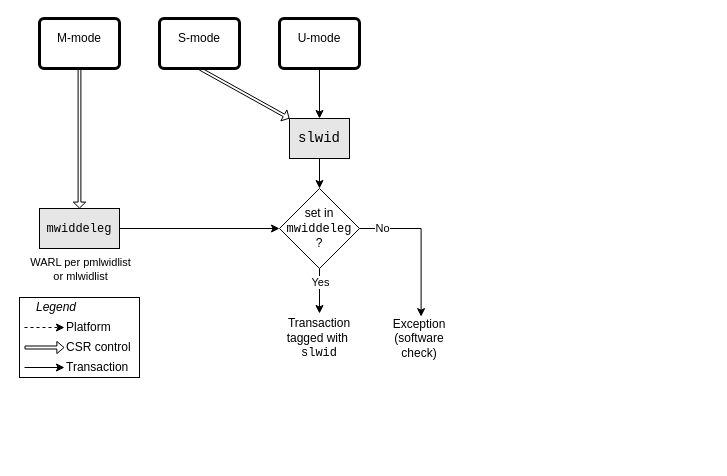
Earlier version of the draw.io diagram src/images/drawio/Smwdeleg_Sswid.drawio (riscv/riscv-worlds). Source tidied: cells renumbered, new cells numbered last; positions are measured from the earlier drawing's top-left corner, leaving out a move shared by most shapes. Both pictures are drawn from the tidied source at 100%, with x=0, y=0 at pixel (19, 18).
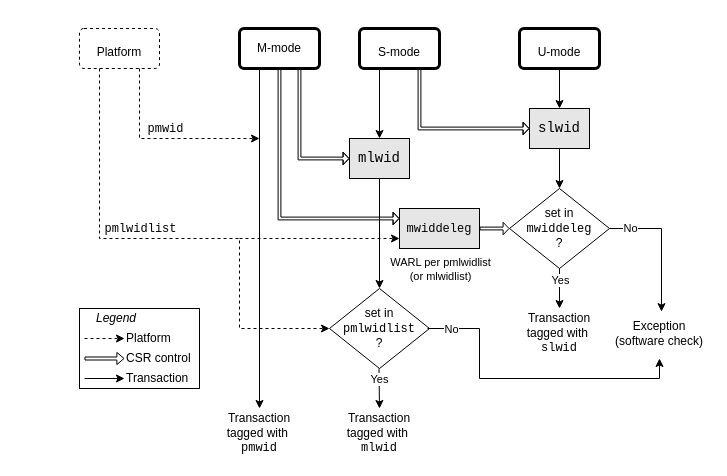
Above is the later version.

Diff of the diagram source:
```diff
@@
     <mxCell id="2" value="&lt;font style=&quot;font-size: 12px;&quot;&gt;Exception (software check)&lt;/font&gt;" style="text;html=1;whiteSpace=wrap;strokeColor=none;fillColor=default;align=center;verticalAlign=middle;rounded=0;" parent="1" vertex="1">
-      <mxGeometry x="360" y="295" width="80" height="50" as="geometry" />
+      <mxGeometry x="590" y="290" width="100" height="50" as="geometry" />
     </mxCell>
     <mxCell id="3" value="&lt;font face=&quot;Courier New&quot;&gt;&lt;font style=&quot;font-size: 14px;&quot;&gt;sl&lt;/font&gt;&lt;span style=&quot;font-size: 14px; background-color: transparent; color: light-dark(rgb(0, 0, 0), rgb(255, 255, 255));&quot;&gt;wid&lt;/span&gt;&lt;/font&gt;" style="rounded=0;whiteSpace=wrap;html=1;fillColor=#E6E6E6;" parent="1" vertex="1">
-      <mxGeometry x="270" y="100" width="60" height="40" as="geometry" />
+      <mxGeometry x="510" y="90" width="60" height="40" as="geometry" />
     </mxCell>
@@
-    <mxCell id="5" style="edgeStyle=orthogonalEdgeStyle;rounded=0;jettySize=auto;html=1;entryX=0;entryY=0.5;entryDx=0;entryDy=0;" parent="1" edge="1" source="6" target="7">
-      <mxGeometry relative="1" as="geometry" />
-    </mxCell>
     <mxCell id="6" value="&lt;font face=&quot;Courier New&quot; style=&quot;font-size: 12px;&quot;&gt;mwiddeleg&lt;/font&gt;" style="rounded=0;whiteSpace=wrap;html=1;fillColor=#E6E6E6;" parent="1" vertex="1">
-      <mxGeometry x="20" y="190" width="80" height="40" as="geometry" />
+      <mxGeometry x="380" y="190" width="80" height="40" as="geometry" />
     </mxCell>
     <mxCell id="7" value="&lt;font style=&quot;font-size: 12px;&quot;&gt;set in&lt;br&gt;&lt;font face=&quot;Courier New&quot; style=&quot;&quot;&gt;mwiddeleg&lt;br&gt;&lt;/font&gt;?&lt;/font&gt;" style="rhombus;whiteSpace=wrap;html=1;" parent="1" vertex="1">
-      <mxGeometry x="260" y="170" width="80" height="80" as="geometry" />
+      <mxGeometry x="490" y="170" width="100" height="80" as="geometry" />
     </mxCell>
@@
     <mxCell id="9" value="&lt;font style=&quot;font-size: 12px;&quot;&gt;Transaction tagged with&amp;nbsp; &lt;font face=&quot;Courier New&quot; style=&quot;&quot;&gt;slwid&lt;/font&gt;&lt;/font&gt;" style="text;html=1;whiteSpace=wrap;strokeColor=none;fillColor=default;align=center;verticalAlign=middle;rounded=0;" parent="1" vertex="1">
-      <mxGeometry x="260" y="295" width="80" height="50" as="geometry" />
+      <mxGeometry x="500" y="290" width="80" height="50" as="geometry" />
     </mxCell>
@@
     <mxCell id="12" style="group;" parent="1" vertex="1">
-      <mxGeometry y="279" width="125" height="80" as="geometry" />
+      <mxGeometry x="60" y="290" width="125" height="80" as="geometry" />
     </mxCell>
@@
     <mxCell id="21" value="&lt;font style=&quot;font-size: 12px;&quot;&gt;M-mode&lt;/font&gt;" style="html=1;overflow=block;blockSpacing=1;whiteSpace=wrap;fontSize=20;spacing=5;strokeOpacity=100;fillOpacity=100;rounded=1;absoluteArcSize=1;arcSize=9;fillColor=#ffffff;strokeWidth=3;lucidId=RJBa-lLBp8Ld;verticalAlign=top;" parent="1" vertex="1">
-      <mxGeometry x="20" width="80" height="50" as="geometry" />
+      <mxGeometry x="220" y="10" width="80" height="40" as="geometry" />
     </mxCell>
-    <mxCell id="22" value="&lt;font style=&quot;font-size: 12px;&quot;&gt;S-mode&lt;/font&gt;" style="html=1;overflow=block;blockSpacing=1;whiteSpace=wrap;fontSize=20;spacing=5;strokeOpacity=100;fillOpacity=100;rounded=1;absoluteArcSize=1;arcSize=9;fillColor=#ffffff;strokeWidth=3;lucidId=RJBa-lLBp8Ld;verticalAlign=top;" parent="1" vertex="1">
-      <mxGeometry x="140" width="80" height="50" as="geometry" />
+    <mxCell id="22" value="&lt;font style=&quot;font-size: 12px;&quot;&gt;S-mode&lt;/font&gt;" style="html=1;overflow=block;blockSpacing=1;whiteSpace=wrap;fontSize=20;spacing=5;strokeOpacity=100;fillOpacity=100;rounded=1;absoluteArcSize=1;arcSize=9;fillColor=#ffffff;strokeWidth=3;lucidId=RJBa-lLBp8Ld;verticalAlign=middle;" parent="1" vertex="1">
+      <mxGeometry x="340" y="10" width="80" height="40" as="geometry" />
     </mxCell>
-    <mxCell id="23" value="&lt;font style=&quot;font-size: 12px;&quot;&gt;U-mode&lt;/font&gt;" style="html=1;overflow=block;blockSpacing=1;whiteSpace=wrap;fontSize=20;spacing=5;strokeOpacity=100;fillOpacity=100;rounded=1;absoluteArcSize=1;arcSize=9;fillColor=#ffffff;strokeWidth=3;lucidId=RJBa-lLBp8Ld;verticalAlign=top;" parent="1" vertex="1">
-      <mxGeometry x="260" width="80" height="50" as="geometry" />
+    <mxCell id="23" value="&lt;font style=&quot;font-size: 12px;&quot;&gt;U-mode&lt;/font&gt;" style="html=1;overflow=block;blockSpacing=1;whiteSpace=wrap;fontSize=20;spacing=5;strokeOpacity=100;fillOpacity=100;rounded=1;absoluteArcSize=1;arcSize=9;fillColor=#ffffff;strokeWidth=3;lucidId=RJBa-lLBp8Ld;verticalAlign=middle;" parent="1" vertex="1">
+      <mxGeometry x="500" y="10" width="80" height="40" as="geometry" />
     </mxCell>
-    <mxCell id="24" style="edgeStyle=orthogonalEdgeStyle;rounded=0;jettySize=auto;html=1;entryX=0.52;entryY=0.063;entryDx=0;entryDy=0;entryPerimeter=0;" parent="1" edge="1" source="7" target="2">
+    <mxCell id="24" style="edgeStyle=orthogonalEdgeStyle;rounded=0;jettySize=auto;html=1;entryX=0.52;entryY=0.063;entryDx=0;entryDy=0;entryPerimeter=0;exitX=1;exitY=0.5;exitDx=0;exitDy=0;" parent="1" edge="1" source="7" target="2">
       <mxGeometry relative="1" as="geometry" />
     </mxCell>
@@
-    <mxCell id="26" style="shape=flexArrow;endArrow=classic;html=1;rounded=0;exitX=0.5;exitY=1;exitDx=0;exitDy=0;endWidth=8.666666666666666;endSize=1.6395348837209303;width=2.7906976744186047;" parent="1" edge="1" source="21" target="6">
-      <mxGeometry relative="1" as="geometry" />
+    <mxCell id="26" style="shape=flexArrow;endArrow=classic;html=1;rounded=0;exitX=0.5;exitY=1;exitDx=0;exitDy=0;endWidth=8.666666666666666;endSize=1.6395348837209303;width=2.7906976744186047;entryX=0;entryY=0.25;entryDx=0;entryDy=0;" parent="1" edge="1" source="21" target="6">
+      <mxGeometry relative="1" as="geometry">
+        <Array as="points">
+          <mxPoint x="260" y="200" />
+        </Array>
+      </mxGeometry>
     </mxCell>
-    <mxCell id="27" style="shape=flexArrow;endArrow=classic;html=1;rounded=0;exitX=0.5;exitY=1;exitDx=0;exitDy=0;endWidth=8.666666666666666;endSize=1.6395348837209303;width=2.7906976744186047;entryX=0;entryY=0;entryDx=0;entryDy=0;" parent="1" edge="1" source="22" target="3">
-      <mxGeometry relative="1" as="geometry" />
+    <mxCell id="27" style="shape=flexArrow;endArrow=classic;html=1;rounded=0;exitX=0.75;exitY=1;exitDx=0;exitDy=0;endWidth=8.666666666666666;endSize=1.6395348837209303;width=2.7906976744186047;entryX=0;entryY=0.5;entryDx=0;entryDy=0;" parent="1" edge="1" source="22" target="3">
+      <mxGeometry relative="1" as="geometry">
+        <Array as="points">
+          <mxPoint x="400" y="110" />
+        </Array>
+      </mxGeometry>
     </mxCell>
-    <mxCell id="28" value="WARL per pmlwidlist&lt;br&gt;or mlwidlist" style="edgeLabel;html=1;align=center;verticalAlign=middle;" parent="1" vertex="1">
-      <mxGeometry x="60" y="250" as="geometry" />
+    <mxCell id="28" value="WARL per pmlwidlist&lt;br&gt;(or mlwidlist)" style="edgeLabel;html=1;align=center;verticalAlign=middle;" parent="1" vertex="1">
+      <mxGeometry x="420" y="250" as="geometry" />
     </mxCell>
+    <mxCell id="29" style="endArrow=classic;html=1;rounded=0;exitX=0.25;exitY=1;exitDx=0;exitDy=0;entryX=0.5;entryY=0;entryDx=0;entryDy=0;strokeWidth=1;" parent="1" edge="1" source="22" target="30">
+      <mxGeometry relative="1" as="geometry" />
+    </mxCell>
+    <mxCell id="30" value="&lt;font face=&quot;Courier New&quot;&gt;&lt;font style=&quot;font-size: 14px;&quot;&gt;ml&lt;/font&gt;&lt;span style=&quot;font-size: 14px; background-color: transparent; color: light-dark(rgb(0, 0, 0), rgb(255, 255, 255));&quot;&gt;wid&lt;/span&gt;&lt;/font&gt;" style="rounded=0;whiteSpace=wrap;html=1;fillColor=#E6E6E6;" parent="1" vertex="1">
+      <mxGeometry x="330" y="120" width="60" height="40" as="geometry" />
+    </mxCell>
+    <mxCell id="31" style="shape=flexArrow;endArrow=classic;html=1;rounded=0;exitX=0.75;exitY=1;exitDx=0;exitDy=0;endWidth=8.666666666666666;endSize=1.6395348837209303;width=2.7906976744186047;entryX=0;entryY=0.5;entryDx=0;entryDy=0;" parent="1" edge="1" source="21" target="30">
+      <mxGeometry relative="1" as="geometry">
+        <Array as="points">
+          <mxPoint x="280" y="140" />
+        </Array>
+      </mxGeometry>
+    </mxCell>
+    <mxCell id="32" value="&lt;font style=&quot;font-size: 12px;&quot;&gt;set in&lt;br&gt;&lt;font face=&quot;Courier New&quot; style=&quot;&quot;&gt;pmlwidlist&lt;br&gt;&lt;/font&gt;?&lt;/font&gt;" style="rhombus;whiteSpace=wrap;html=1;" parent="1" vertex="1">
+      <mxGeometry x="310" y="270" width="100" height="80" as="geometry" />
+    </mxCell>
+    <mxCell id="33" style="endArrow=classic;html=1;rounded=0;exitX=0.5;exitY=1;exitDx=0;exitDy=0;strokeWidth=1;entryX=0.5;entryY=0;entryDx=0;entryDy=0;" parent="1" edge="1" source="30" target="32">
+      <mxGeometry relative="1" as="geometry" />
+    </mxCell>
+    <mxCell id="34" style="edgeStyle=orthogonalEdgeStyle;rounded=0;jettySize=auto;html=1;entryX=0.5;entryY=1;entryDx=0;entryDy=0;exitX=1;exitY=0.5;exitDx=0;exitDy=0;" parent="1" edge="1" target="2">
+      <mxGeometry relative="1" as="geometry">
+        <mxPoint x="408" y="310" as="sourcePoint" />
+        <Array as="points">
+          <mxPoint x="460" y="310" />
+          <mxPoint x="460" y="360" />
+          <mxPoint x="640" y="360" />
+        </Array>
+      </mxGeometry>
+    </mxCell>
+    <mxCell id="35" value="No" style="edgeLabel;html=1;align=center;verticalAlign=middle;" parent="34" vertex="1">
+      <mxGeometry x="-0.71" y="1" relative="1" as="geometry">
+        <mxPoint x="-21" y="1" as="offset" />
+      </mxGeometry>
+    </mxCell>
+    <mxCell id="36" style="endArrow=classic;html=1;rounded=0;strokeWidth=1;exitX=0.5;exitY=1;exitDx=0;exitDy=0;entryX=0.5;entryY=0;entryDx=0;entryDy=0;" parent="1" edge="1" target="38">
+      <mxGeometry relative="1" as="geometry">
+        <mxPoint x="359.5" y="350" as="sourcePoint" />
+      </mxGeometry>
+    </mxCell>
+    <mxCell id="37" value="Yes" style="edgeLabel;html=1;align=center;verticalAlign=middle;" parent="36" vertex="1">
+      <mxGeometry x="-0.18" y="4" relative="1" as="geometry">
+        <mxPoint x="-4" y="-5" as="offset" />
+      </mxGeometry>
+    </mxCell>
+    <mxCell id="38" value="&lt;font style=&quot;font-size: 12px;&quot;&gt;Transaction tagged with&amp;nbsp; &lt;font face=&quot;Courier New&quot; style=&quot;&quot;&gt;mlwid&lt;/font&gt;&lt;/font&gt;" style="text;html=1;whiteSpace=wrap;strokeColor=none;fillColor=default;align=center;verticalAlign=middle;rounded=0;" parent="1" vertex="1">
+      <mxGeometry x="320" y="390" width="80" height="50" as="geometry" />
+    </mxCell>
+    <mxCell id="39" value="&lt;font style=&quot;font-size: 12px;&quot;&gt;Transaction tagged with&amp;nbsp; &lt;font face=&quot;Courier New&quot; style=&quot;&quot;&gt;pmwid&lt;/font&gt;&lt;/font&gt;" style="text;html=1;whiteSpace=wrap;strokeColor=none;fillColor=default;align=center;verticalAlign=middle;rounded=0;" parent="1" vertex="1">
+      <mxGeometry x="200" y="390" width="80" height="50" as="geometry" />
+    </mxCell>
+    <mxCell id="40" style="endArrow=classic;html=1;rounded=0;exitX=0.25;exitY=1;exitDx=0;exitDy=0;entryX=0.5;entryY=0;entryDx=0;entryDy=0;strokeWidth=1;" parent="1" edge="1" source="21" target="39">
+      <mxGeometry relative="1" as="geometry" />
+    </mxCell>
+    <mxCell id="41" value="&lt;font style=&quot;font-size: 12px;&quot;&gt;Platform&lt;/font&gt;" style="html=1;overflow=block;blockSpacing=1;whiteSpace=wrap;fontSize=20;fontColor=default;spacing=5;strokeOpacity=100;fillOpacity=100;rounded=1;absoluteArcSize=1;arcSize=9;fillColor=#ffffff;fixDash=1;strokeWidth=1;lucidId=RJBal6eY-SyX;verticalAlign=middle;dashed=1;" parent="1" vertex="1">
+      <mxGeometry x="60" y="10" width="80" height="40" as="geometry" />
+    </mxCell>
+    <mxCell id="42" style="endArrow=classic;html=1;rounded=0;exitX=0.75;exitY=1;exitDx=0;exitDy=0;strokeWidth=1;dashed=1;" parent="1" edge="1">
+      <mxGeometry relative="1" as="geometry">
+        <mxPoint x="120" y="50" as="sourcePoint" />
+        <mxPoint x="240" y="120" as="targetPoint" />
+        <Array as="points">
+          <mxPoint x="120" y="80" />
+          <mxPoint x="120" y="120" />
+        </Array>
+      </mxGeometry>
+    </mxCell>
+    <mxCell id="43" value="&lt;font style=&quot;font-size: 12px;&quot; face=&quot;Courier New&quot;&gt;pmwid&lt;/font&gt;" style="edgeLabel;html=1;align=center;verticalAlign=middle;" parent="42" vertex="1">
+      <mxGeometry x="-0.54" y="2" relative="1" as="geometry">
+        <mxPoint x="23" y="16" as="offset" />
+      </mxGeometry>
+    </mxCell>
+    <mxCell id="44" style="endArrow=classic;html=1;rounded=0;exitX=0.25;exitY=1;exitDx=0;exitDy=0;strokeWidth=1;dashed=1;entryX=0;entryY=0.5;entryDx=0;entryDy=0;" parent="1" edge="1" target="32">
+      <mxGeometry relative="1" as="geometry">
+        <mxPoint x="80" y="50" as="sourcePoint" />
+        <Array as="points">
+          <mxPoint x="80" y="220" />
+          <mxPoint x="220" y="220" />
+          <mxPoint x="220" y="250" />
+          <mxPoint x="220" y="310" />
+        </Array>
+      </mxGeometry>
+    </mxCell>
+    <mxCell id="45" value="&lt;font style=&quot;font-size: 12px;&quot; face=&quot;Courier New&quot;&gt;pmlwidlist&lt;/font&gt;" style="edgeLabel;html=1;align=center;verticalAlign=middle;" parent="44" vertex="1">
+      <mxGeometry x="-0.54" y="2" relative="1" as="geometry">
+        <mxPoint x="38" y="47" as="offset" />
+      </mxGeometry>
+    </mxCell>
+    <mxCell id="46" style="endArrow=classic;html=1;rounded=0;strokeWidth=1;dashed=1;entryX=0;entryY=0.75;entryDx=0;entryDy=0;" parent="1" edge="1" target="6">
+      <mxGeometry relative="1" as="geometry">
+        <mxPoint x="220" y="220" as="sourcePoint" />
+      </mxGeometry>
+    </mxCell>
+    <mxCell id="5" style="shape=flexArrow;endArrow=classic;html=1;rounded=0;exitX=1;exitY=0.5;exitDx=0;exitDy=0;endWidth=8.666666666666666;endSize=1.6395348837209303;width=2.7906976744186047;entryX=0;entryY=0.5;entryDx=0;entryDy=0;" parent="1" edge="1" source="6" target="7">
+      <mxGeometry relative="1" as="geometry" />
+    </mxCell>
```
